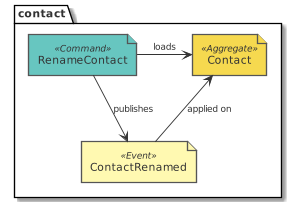
The PlantUML diagram paper/design_contact_eventstorming_rename.png in tmorin/dorders, before a commit. Source of this version:
```plantuml
@startuml design_contact_eventstorming_rename
!include common.puml
!include ../.gdiag/plantuml-libs/eventstorming/eventstorming-all.puml
package contact {
  command('RenameContact')
  aggregate('Contact')
  event('ContactRenamed')
}
RenameContact -r-> Contact : loads
RenameContact --> ContactRenamed : publishes
ContactRenamed -u-> Contact : applied on
@enduml
```
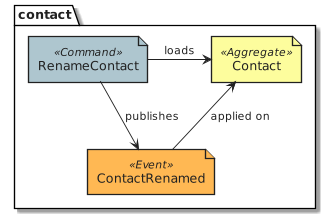
Later version of the same file.

Diff of the diagram source:
```diff
@@ -1,10 +1,9 @@
 @startuml design_contact_eventstorming_rename
-!include common.puml
-!include ../.gdiag/plantuml-libs/eventstorming/eventstorming-all.puml
+!include common.eventstorming.puml
 package contact {
-  command('RenameContact')
-  aggregate('Contact')
-  event('ContactRenamed')
+  Command('RenameContact')
+  Aggregate('Contact')
+  Event('ContactRenamed')
 }
 RenameContact -r-> Contact : loads
 RenameContact --> ContactRenamed : publishes
```
